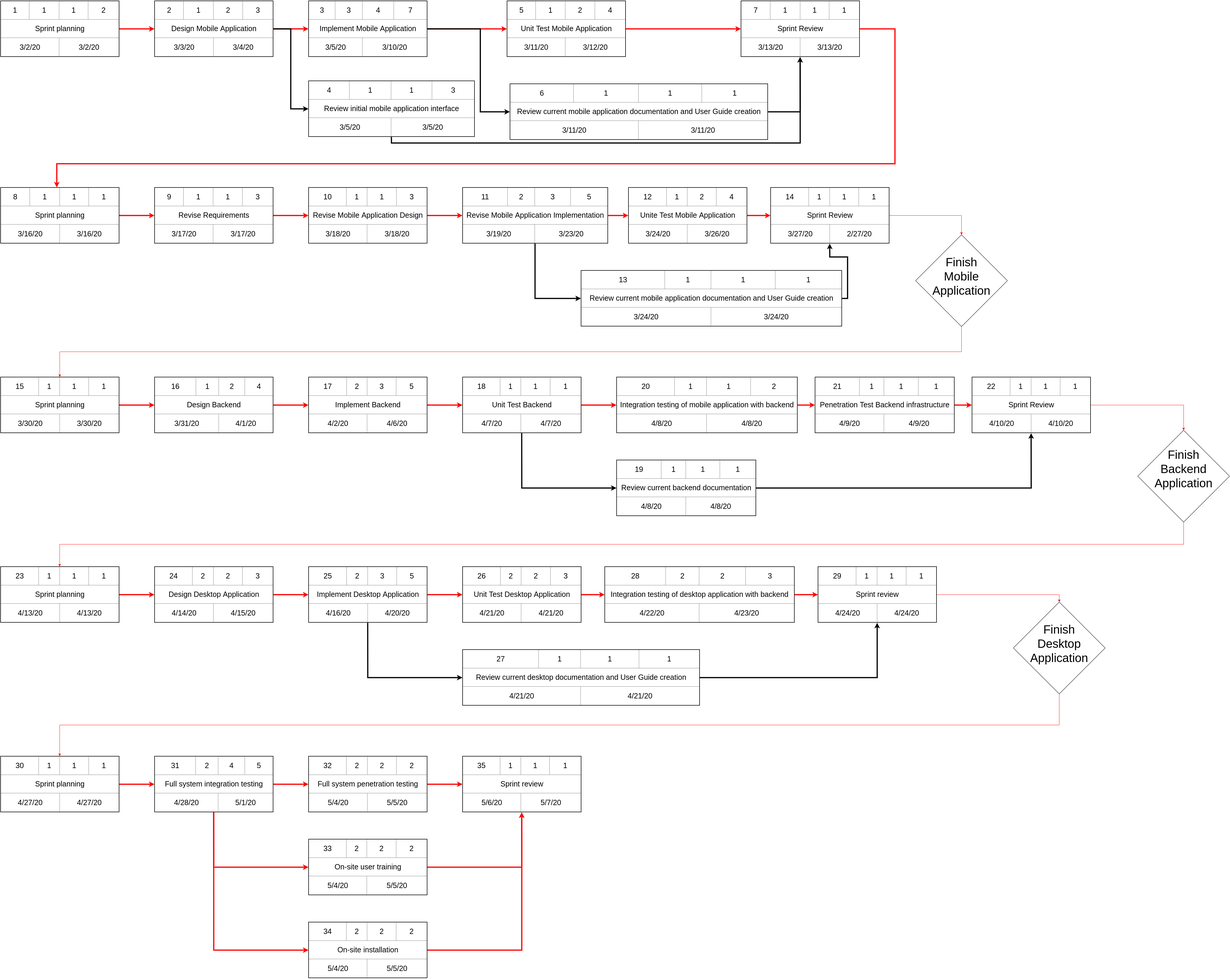
Before: images/Project-plan-Pert-chart.png, a diagram exported from draw.io (Elite-Build-Team/move-around). Source tidied: cells renumbered, new cells last; positions are measured from the earlier drawing's top-left corner, leaving out a move shared by most shapes.
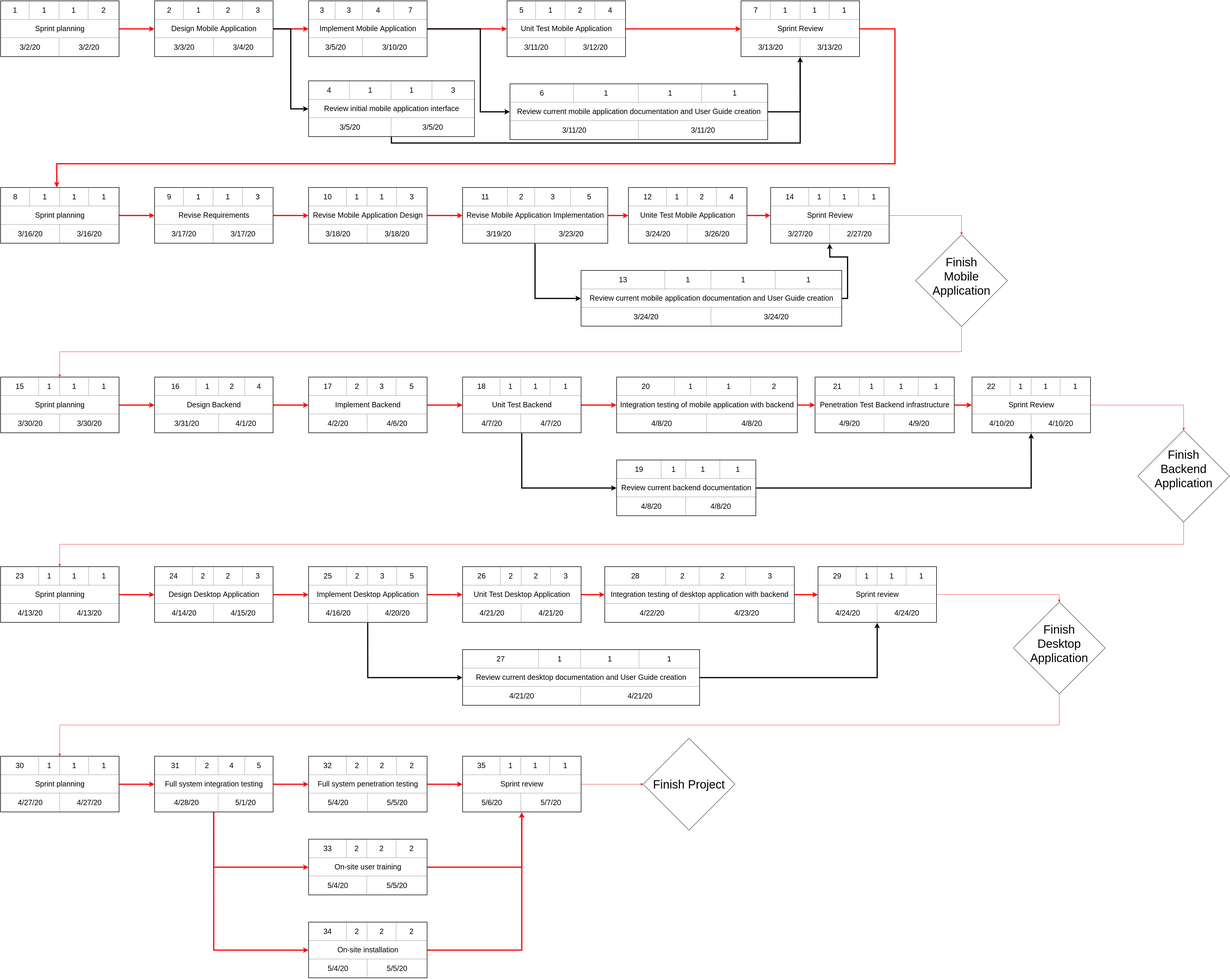
Later version of the same file.

Commit message:
Update Pert-chart in Project-plan

Change to the diagram source:
```diff
@@ -220,6 +220,9 @@
     <mxCell id="70" value="&lt;table border=&quot;1&quot; width=&quot;100%&quot; style=&quot;width: 100%; height: 100%; border-collapse: collapse; font-size: 25px;&quot;&gt;&lt;tbody style=&quot;font-size: 25px;&quot;&gt;&lt;tr style=&quot;font-size: 25px;&quot;&gt;&lt;td align=&quot;center&quot; style=&quot;font-size: 25px;&quot;&gt;32&lt;/td&gt;&lt;td align=&quot;center&quot; style=&quot;font-size: 25px;&quot;&gt;2&lt;/td&gt;&lt;td align=&quot;center&quot; style=&quot;font-size: 25px;&quot;&gt;2&lt;/td&gt;&lt;td align=&quot;center&quot; style=&quot;font-size: 25px;&quot;&gt;2&lt;/td&gt;&lt;/tr&gt;&lt;tr style=&quot;font-size: 25px;&quot;&gt;&lt;td align=&quot;center&quot; colspan=&quot;4&quot; style=&quot;font-size: 25px;&quot;&gt;Full system penetration testing&lt;/td&gt;&lt;/tr&gt;&lt;tr style=&quot;font-size: 25px;&quot;&gt;&lt;td align=&quot;center&quot; colspan=&quot;2&quot; style=&quot;font-size: 25px;&quot;&gt;5/4/20&lt;/td&gt;&lt;td align=&quot;center&quot; colspan=&quot;2&quot; style=&quot;font-size: 25px;&quot;&gt;5/5/20&lt;/td&gt;&lt;/tr&gt;&lt;/tbody&gt;&lt;/table&gt;" style="text;html=1;strokeColor=none;fillColor=none;overflow=fill;rounded=0;shadow=0;glass=0;align=left;fontSize=25;strokeWidth=4;labelBorderColor=#000000;" parent="1" vertex="1">
       <mxGeometry x="1040" y="2550" width="400" height="190" as="geometry" />
     </mxCell>
+    <mxCell id="87" style="edgeStyle=orthogonalEdgeStyle;rounded=0;jettySize=auto;html=1;entryX=0;entryY=0.5;entryDx=0;entryDy=0;strokeColor=#FF0000;fillColor=#FF0000;" parent="1" edge="1" source="71" target="88">
+      <mxGeometry relative="1" as="geometry" />
+    </mxCell>
     <mxCell id="71" value="&lt;table border=&quot;1&quot; width=&quot;100%&quot; style=&quot;width: 100%; height: 100%; border-collapse: collapse; font-size: 25px;&quot;&gt;&lt;tbody style=&quot;font-size: 25px;&quot;&gt;&lt;tr style=&quot;font-size: 25px;&quot;&gt;&lt;td align=&quot;center&quot; style=&quot;font-size: 25px;&quot;&gt;35&lt;/td&gt;&lt;td align=&quot;center&quot; style=&quot;font-size: 25px;&quot;&gt;1&lt;/td&gt;&lt;td align=&quot;center&quot; style=&quot;font-size: 25px;&quot;&gt;1&lt;/td&gt;&lt;td align=&quot;center&quot; style=&quot;font-size: 25px;&quot;&gt;1&lt;/td&gt;&lt;/tr&gt;&lt;tr style=&quot;font-size: 25px;&quot;&gt;&lt;td align=&quot;center&quot; colspan=&quot;4&quot; style=&quot;font-size: 25px;&quot;&gt;Sprint review&lt;/td&gt;&lt;/tr&gt;&lt;tr style=&quot;font-size: 25px;&quot;&gt;&lt;td align=&quot;center&quot; colspan=&quot;2&quot; style=&quot;font-size: 25px;&quot;&gt;5/6/20&lt;/td&gt;&lt;td align=&quot;center&quot; colspan=&quot;2&quot; style=&quot;font-size: 25px;&quot;&gt;5/7/20&lt;/td&gt;&lt;/tr&gt;&lt;/tbody&gt;&lt;/table&gt;" style="text;html=1;strokeColor=none;fillColor=none;overflow=fill;rounded=0;shadow=0;glass=0;align=left;fontSize=25;strokeWidth=4;labelBorderColor=#000000;" parent="1" vertex="1">
       <mxGeometry x="1560" y="2550" width="400" height="190" as="geometry" />
     </mxCell>
@@ -268,5 +271,8 @@
     <mxCell id="86" value="&lt;font style=&quot;font-size: 40px&quot;&gt;Finish Desktop Application&lt;br&gt;&lt;/font&gt;" style="text;html=1;strokeColor=none;fillColor=none;align=center;verticalAlign=middle;whiteSpace=wrap;rounded=0;" parent="1" vertex="1">
       <mxGeometry x="3555" y="2160" width="40" height="20" as="geometry" />
     </mxCell>
+    <mxCell id="88" value="&lt;font style=&quot;font-size: 40px&quot;&gt;Finish Project&lt;/font&gt;" style="rhombus;whiteSpace=wrap;html=1;" parent="1" vertex="1">
+      <mxGeometry x="2170" y="2490" width="310" height="310" as="geometry" />
+    </mxCell>
   </root>
 </mxGraphModel>
```
